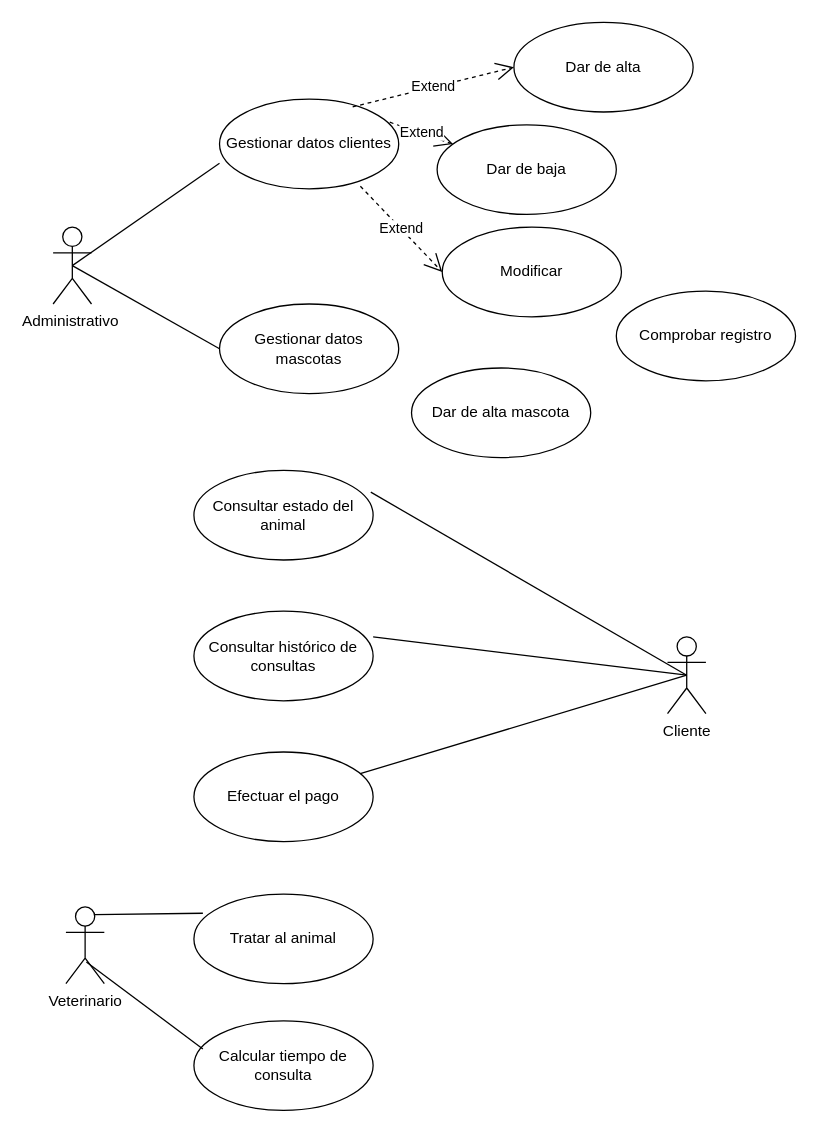
Above: PROGRAMACION/Entornos/Clínica veterinaria.drawio in DiMaPaGa/daw1 (draw.io), before the change. Source tidied: cells renumbered, new cells numbered last; positions are measured from the earlier drawing's top-left corner, leaving out a move shared by most shapes. Both pictures are drawn from the tidied source at 128%, with x=0, y=0 at pixel (52, 22).
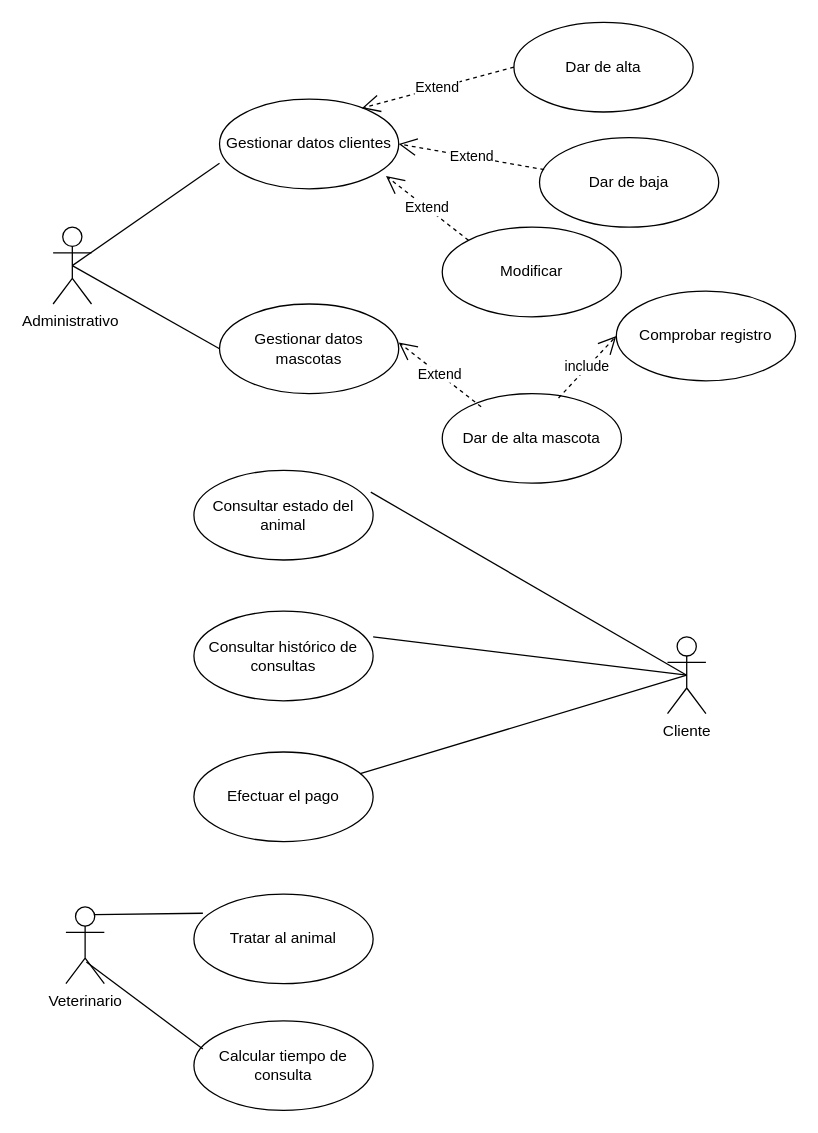
The same page after the edit.

Unchanged cells that the change refers to:
```xml
<mxCell id="4" value="Gestionar datos clientes" style="ellipse;whiteSpace=wrap;html=1;" parent="1" vertex="1">
  <mxGeometry x="130" y="60" width="140" height="70" as="geometry" />
</mxCell>
<mxCell id="14" value="Dar de alta" style="ellipse;whiteSpace=wrap;html=1;" parent="1" vertex="1">
  <mxGeometry x="360" width="140" height="70" as="geometry" />
</mxCell>
<mxCell id="15" value="Modificar" style="ellipse;whiteSpace=wrap;html=1;" parent="1" vertex="1">
  <mxGeometry x="304" y="160" width="140" height="70" as="geometry" />
</mxCell>
<mxCell id="17" value="Comprobar registro" style="ellipse;whiteSpace=wrap;html=1;" parent="1" vertex="1">
  <mxGeometry x="440" y="210" width="140" height="70" as="geometry" />
</mxCell>
```

The edit, as a diff of the source:
```diff
@@
     <mxCell id="9" value="Dar de alta mascota" style="ellipse;whiteSpace=wrap;html=1;" parent="1" vertex="1">
-      <mxGeometry x="280" y="270" width="140" height="70" as="geometry" />
+      <mxGeometry x="304" y="290" width="140" height="70" as="geometry" />
     </mxCell>
@@
     <mxCell id="13" value="Dar de baja" style="ellipse;whiteSpace=wrap;html=1;" parent="1" vertex="1">
-      <mxGeometry x="300" y="80" width="140" height="70" as="geometry" />
+      <mxGeometry x="380" y="90" width="140" height="70" as="geometry" />
     </mxCell>
@@
-    <mxCell id="16" value="Extend" style="endArrow=open;endSize=12;dashed=1;html=1;rounded=0;exitX=0.743;exitY=0.086;exitDx=0;exitDy=0;exitPerimeter=0;entryX=0;entryY=0.5;entryDx=0;entryDy=0;" parent="1" edge="1" source="4" target="14">
+    <mxCell id="16" value="Extend" style="endArrow=open;endSize=12;dashed=1;html=1;rounded=0;exitX=0;exitY=0.5;exitDx=0;exitDy=0;entryX=0.794;entryY=0.1;entryDx=0;entryDy=0;entryPerimeter=0;" parent="1" edge="1" source="14" target="4">
       <mxGeometry relative="1" as="geometry" />
     </mxCell>
@@
-    <mxCell id="20" value="Extend" style="endArrow=open;endSize=12;dashed=1;html=1;rounded=0;exitX=0.95;exitY=0.257;exitDx=0;exitDy=0;exitPerimeter=0;" parent="1" edge="1" source="4" target="13">
+    <mxCell id="20" value="Extend" style="endArrow=open;endSize=12;dashed=1;html=1;rounded=0;exitX=0.026;exitY=0.357;exitDx=0;exitDy=0;exitPerimeter=0;entryX=1;entryY=0.5;entryDx=0;entryDy=0;" parent="1" edge="1" source="13" target="4">
       <mxGeometry relative="1" as="geometry" />
     </mxCell>
-    <mxCell id="21" value="Extend" style="endArrow=open;endSize=12;dashed=1;html=1;rounded=0;exitX=0.786;exitY=0.971;exitDx=0;exitDy=0;exitPerimeter=0;entryX=0;entryY=0.5;entryDx=0;entryDy=0;" parent="1" edge="1" source="4" target="15">
+    <mxCell id="21" value="Extend" style="endArrow=open;endSize=12;dashed=1;html=1;rounded=0;exitX=0;exitY=0;exitDx=0;exitDy=0;entryX=0.929;entryY=0.857;entryDx=0;entryDy=0;entryPerimeter=0;" parent="1" edge="1" source="15" target="4">
       <mxGeometry relative="1" as="geometry" />
     </mxCell>
@@
+    <mxCell id="27" value="include" style="endArrow=open;endSize=12;dashed=1;html=1;rounded=0;exitX=0.649;exitY=0.049;exitDx=0;exitDy=0;entryX=0;entryY=0.5;entryDx=0;entryDy=0;exitPerimeter=0;" parent="1" edge="1" source="9" target="17">
+      <mxGeometry relative="1" as="geometry" />
+    </mxCell>
+    <mxCell id="28" value="Extend" style="endArrow=open;endSize=12;dashed=1;html=1;rounded=0;exitX=0;exitY=0;exitDx=0;exitDy=0;entryX=0.929;entryY=0.857;entryDx=0;entryDy=0;entryPerimeter=0;" parent="1" edge="1">
+      <mxGeometry relative="1" as="geometry">
+        <mxPoint x="334.4" y="300.3" as="sourcePoint" />
+        <mxPoint x="270" y="250" as="targetPoint" />
+      </mxGeometry>
+    </mxCell>
```
